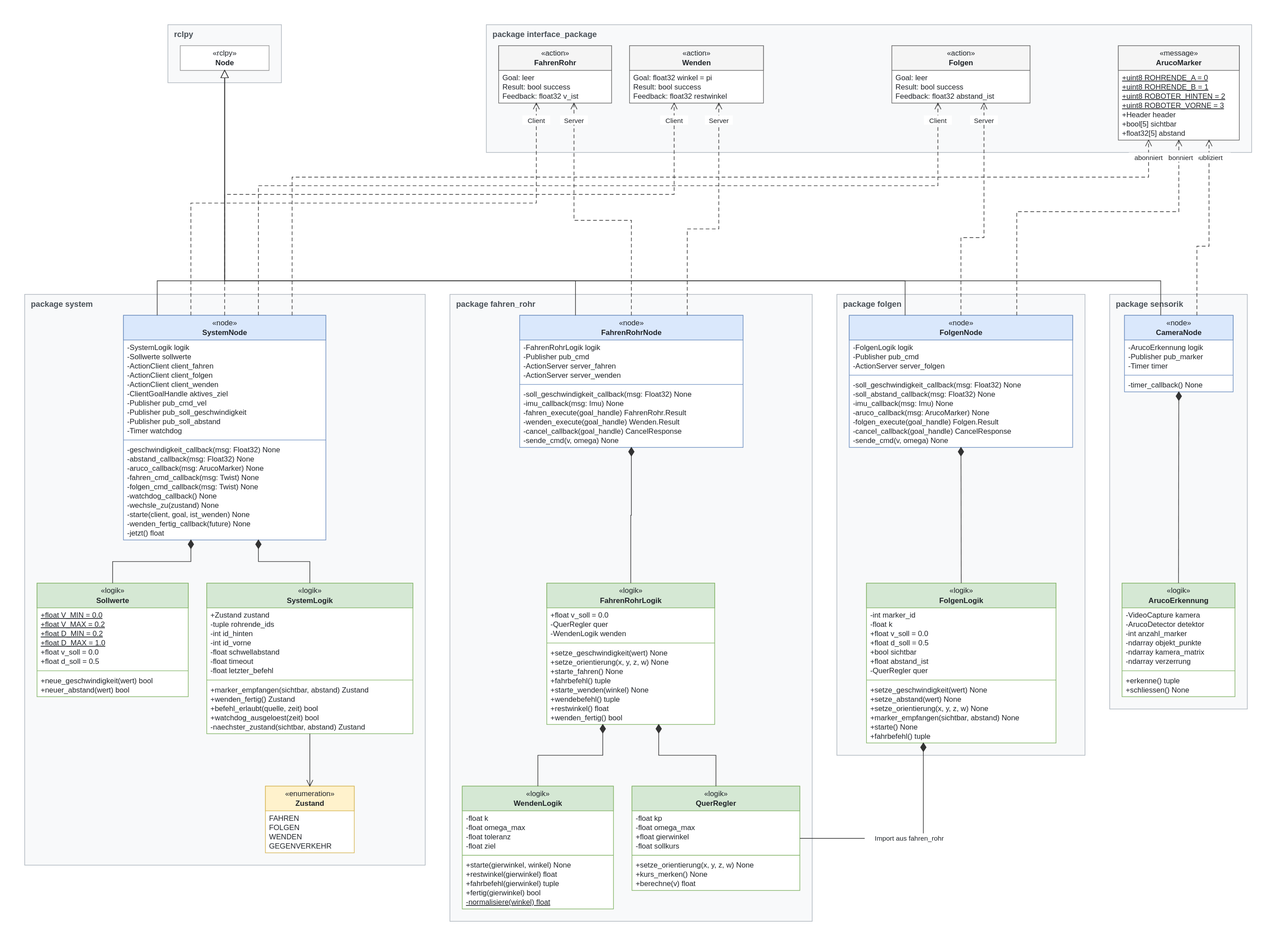
TsVBamBus/ros2_turtlebot_project_MW_NG keeps this draw.io diagram as docs/uml/klassendiagramm_v4.drawio.svg. Above is the earlier version. Source tidied: cells renumbered, new cells last; positions are measured from the earlier drawing's top-left corner, leaving out a move shared by most shapes.
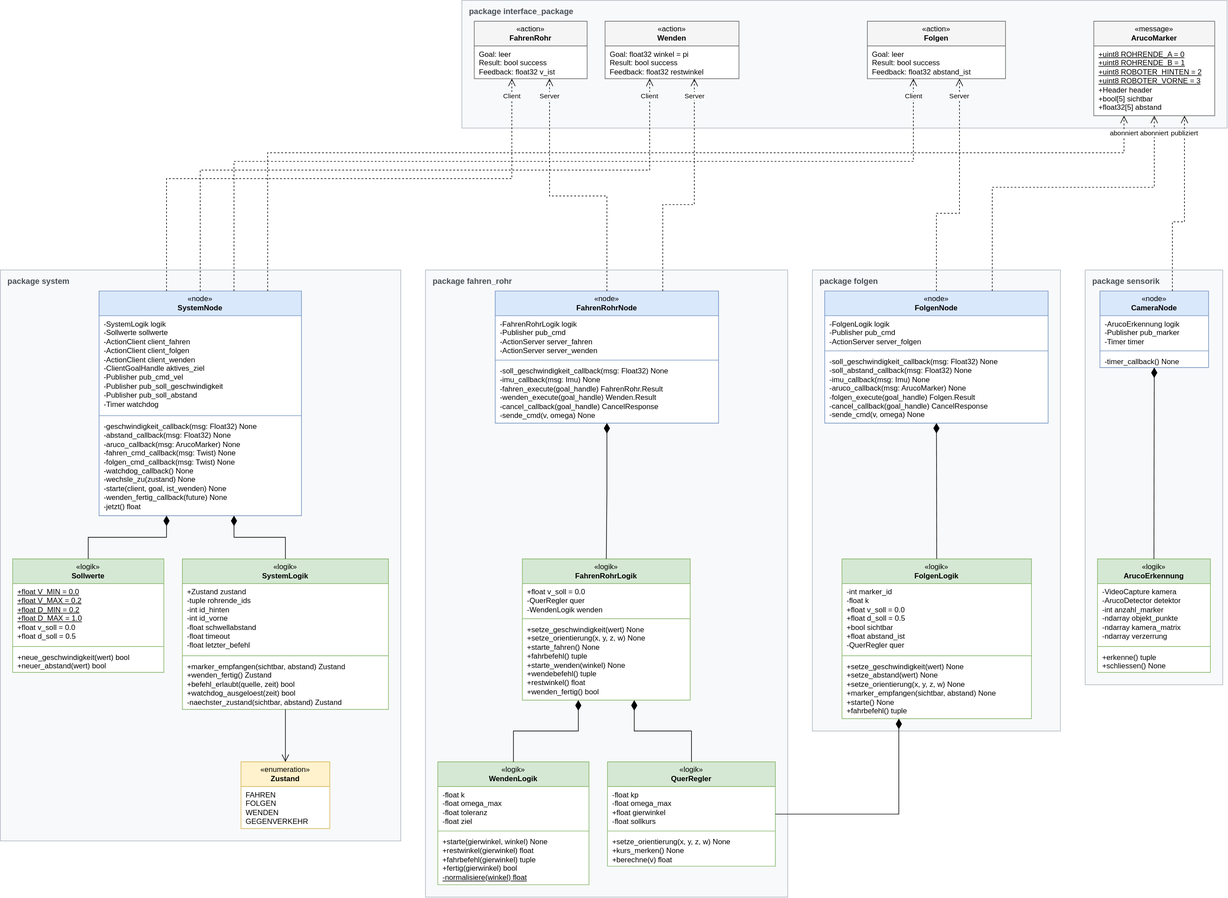
Later version of the same file.

Commit message:
klassendiagramm geupdated

Diff of the diagram source:
```diff
@@ -2,9 +2,6 @@
   <root>
     <mxCell id="0" />
     <mxCell id="1" parent="0" />
-    <mxCell id="2" value="rclpy" style="rounded=0;whiteSpace=wrap;html=1;fillColor=#f8f9fa;strokeColor=#adb5bd;verticalAlign=top;align=left;spacingLeft=10;spacingTop=4;fontStyle=1;fontSize=13;fontColor=#495057;" parent="1" vertex="1">
-      <mxGeometry x="232" width="184" height="94" as="geometry" />
-    </mxCell>
     <mxCell id="3" value="package interface_package" style="rounded=0;whiteSpace=wrap;html=1;fillColor=#f8f9fa;strokeColor=#adb5bd;verticalAlign=top;align=left;spacingLeft=10;spacingTop=4;fontStyle=1;fontSize=13;fontColor=#495057;" parent="1" vertex="1">
       <mxGeometry x="748" width="1240" height="207" as="geometry" />
     </mxCell>
@@ -20,9 +17,6 @@
     <mxCell id="7" value="package sensorik" style="rounded=0;whiteSpace=wrap;html=1;fillColor=#f8f9fa;strokeColor=#adb5bd;verticalAlign=top;align=left;spacingLeft=10;spacingTop=4;fontStyle=1;fontSize=13;fontColor=#495057;" parent="1" vertex="1">
       <mxGeometry x="1758" y="437" width="223" height="672" as="geometry" />
     </mxCell>
-    <mxCell id="8" value="«rclpy»&lt;br&gt;&lt;b&gt;Node&lt;/b&gt;" style="swimlane;fontStyle=0;horizontal=1;startSize=40;html=1;whiteSpace=wrap;fillColor=#ffffff;strokeColor=#999999;swimlaneFillColor=#ffffff;fontSize=12;fontFamily=Helvetica;" parent="1" vertex="1">
-      <mxGeometry x="252" y="34" width="144" height="40" as="geometry" />
-    </mxCell>
     <mxCell id="9" value="«message»&lt;br&gt;&lt;b&gt;ArucoMarker&lt;/b&gt;" style="swimlane;fontStyle=0;horizontal=1;startSize=40;html=1;whiteSpace=wrap;fillColor=#f5f5f5;strokeColor=#666666;swimlaneFillColor=#ffffff;fontSize=12;fontFamily=Helvetica;" parent="1" vertex="1">
       <mxGeometry x="1772" y="34" width="196" height="153" as="geometry" />
     </mxCell>
@@ -185,38 +179,6 @@
     <mxCell id="62" value="FAHREN&lt;br&gt;FOLGEN&lt;br&gt;WENDEN&lt;br&gt;GEGENVERKEHR" style="text;strokeColor=none;fillColor=none;align=left;verticalAlign=top;spacingLeft=6;spacingRight=4;spacingTop=0;overflow=hidden;whiteSpace=wrap;html=1;fontSize=12;fontFamily=Helvetica;" parent="61" vertex="1">
       <mxGeometry y="40" width="144" height="68" as="geometry" />
     </mxCell>
-    <mxCell id="63" style="html=1;rounded=0;endArrow=block;endFill=0;endSize=12;exitX=0.3333333333333333;exitY=0;exitDx=0;exitDy=0;entryX=0.5;entryY=1;entryDx=0;entryDy=0;labelBackgroundColor=#ffffff;fontSize=11;fontFamily=Helvetica;" parent="1" edge="1" source="17" target="8">
-      <mxGeometry x="0.97" relative="1" as="geometry">
-        <Array as="points">
-          <mxPoint x="1840.7" y="415" />
-          <mxPoint x="324" y="415" />
-        </Array>
-      </mxGeometry>
-    </mxCell>
-    <mxCell id="64" style="html=1;rounded=0;endArrow=block;endFill=0;endSize=12;exitX=0.25;exitY=0;exitDx=0;exitDy=0;entryX=0.5;entryY=1;entryDx=0;entryDy=0;labelBackgroundColor=#ffffff;fontSize=11;fontFamily=Helvetica;" parent="1" edge="1" source="25" target="8">
-      <mxGeometry x="0.94" relative="1" as="geometry">
-        <Array as="points">
-          <mxPoint x="892.5" y="415" />
-          <mxPoint x="324" y="415" />
-        </Array>
-      </mxGeometry>
-    </mxCell>
-    <mxCell id="65" style="html=1;rounded=0;endArrow=block;endFill=0;endSize=12;exitX=0.25;exitY=0;exitDx=0;exitDy=0;entryX=0.5;entryY=1;entryDx=0;entryDy=0;labelBackgroundColor=#ffffff;fontSize=11;fontFamily=Helvetica;" parent="1" edge="1" source="41" target="8">
-      <mxGeometry x="0.96" relative="1" as="geometry">
-        <Array as="points">
-          <mxPoint x="1426.5" y="415" />
-          <mxPoint x="324" y="415" />
-        </Array>
-      </mxGeometry>
-    </mxCell>
-    <mxCell id="66" style="html=1;rounded=0;endArrow=block;endFill=0;endSize=12;exitX=0.16666666666666666;exitY=0;exitDx=0;exitDy=0;entryX=0.5;entryY=1;entryDx=0;entryDy=0;labelBackgroundColor=#ffffff;fontSize=11;fontFamily=Helvetica;" parent="1" edge="1" source="49" target="8">
-      <mxGeometry x="0.89" relative="1" as="geometry">
-        <Array as="points">
-          <mxPoint x="214.7" y="415" />
-          <mxPoint x="324" y="415" />
-        </Array>
-      </mxGeometry>
-    </mxCell>
     <mxCell id="67" value="publiziert" style="html=1;rounded=0;endArrow=open;endSize=10;dashed=1;exitX=0.6666666666666666;exitY=0;exitDx=0;exitDy=0;entryX=0.75;entryY=1;entryDx=0;entryDy=0;labelBackgroundColor=#ffffff;fontSize=11;fontFamily=Helvetica;" parent="1" edge="1" source="17" target="9">
       <mxGeometry x="0.82" relative="1" as="geometry">
         <Array as="points">
@@ -338,7 +300,7 @@
     <mxCell id="83" style="html=1;rounded=0;endArrow=open;endSize=10;exitX=0.5;exitY=1;exitDx=0;exitDy=0;entryX=0.5;entryY=0;entryDx=0;entryDy=0;labelBackgroundColor=#ffffff;fontSize=11;fontFamily=Helvetica;" parent="1" edge="1" source="57" target="61">
       <mxGeometry x="0.34" relative="1" as="geometry" />
     </mxCell>
-    <mxCell id="84" value="Import aus fahren_rohr" style="html=1;rounded=0;startArrow=diamondThin;startFill=1;startSize=14;endArrow=none;exitX=0.3;exitY=1;exitDx=0;exitDy=0;entryX=1;entryY=0.5;entryDx=0;entryDy=0;labelBackgroundColor=#ffffff;fontSize=11;fontFamily=Helvetica;" parent="1" edge="1" source="45" target="33">
+    <mxCell id="84" style="html=1;rounded=0;startArrow=diamondThin;startFill=1;startSize=14;endArrow=none;exitX=0.3;exitY=1;exitDx=0;exitDy=0;entryX=1;entryY=0.5;entryDx=0;entryDy=0;labelBackgroundColor=#ffffff;fontSize=11;fontFamily=Helvetica;" parent="1" edge="1" source="45" target="33">
       <mxGeometry relative="1" as="geometry">
         <Array as="points">
           <mxPoint x="1456.1" y="1318.5" />
```
